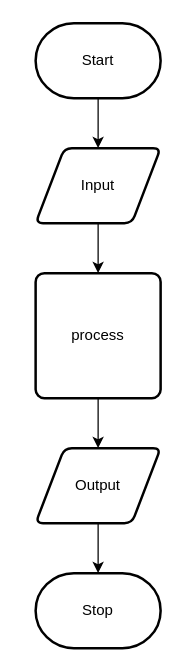
The draw.io diagram design/flow-chart.drawio in Timothy-Manwell/ICS2O-Unit3-04, before the edit. Source tidied: cells renumbered, new cells numbered last; positions are measured from the earlier drawing's top-left corner, leaving out a move shared by most shapes. Both pictures are drawn from the tidied source at 125%, with x=0, y=0 at pixel (35, 22).
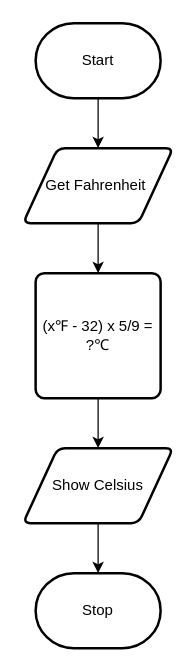
After the change.

The edit, as a diff of the source:
```diff
@@
 <mxGraphModel>
   <root>
     <mxCell id="0" />
     <mxCell id="1" parent="0" />
     <mxCell id="2" style="edgeStyle=none;html=1;" parent="1" edge="1" source="3" target="5">
       <mxGeometry relative="1" as="geometry" />
     </mxCell>
     <mxCell id="3" value="Start" style="strokeWidth=2;html=1;shape=mxgraph.flowchart.terminator;whiteSpace=wrap;" parent="1" vertex="1">
       <mxGeometry width="100" height="60" as="geometry" />
     </mxCell>
     <mxCell id="4" style="edgeStyle=none;html=1;" parent="1" edge="1" source="5" target="7">
       <mxGeometry relative="1" as="geometry" />
     </mxCell>
-    <mxCell id="5" value="Input" style="shape=parallelogram;html=1;strokeWidth=2;perimeter=parallelogramPerimeter;whiteSpace=wrap;rounded=1;arcSize=12;size=0.23;" parent="1" vertex="1">
-      <mxGeometry y="100" width="100" height="60" as="geometry" />
+    <mxCell id="5" value="Get Fahrenheit&amp;nbsp;" style="shape=parallelogram;html=1;strokeWidth=2;perimeter=parallelogramPerimeter;whiteSpace=wrap;rounded=1;arcSize=12;size=0.23;" parent="1" vertex="1">
+      <mxGeometry x="-10" y="100" width="120" height="60" as="geometry" />
     </mxCell>
     <mxCell id="6" style="edgeStyle=none;html=1;" parent="1" edge="1" source="7" target="9">
       <mxGeometry relative="1" as="geometry" />
     </mxCell>
-    <mxCell id="7" value="process" style="rounded=1;whiteSpace=wrap;html=1;absoluteArcSize=1;arcSize=14;strokeWidth=2;" parent="1" vertex="1">
+    <mxCell id="7" value="(x℉ - 32) x 5/9 = ?℃" style="rounded=1;whiteSpace=wrap;html=1;absoluteArcSize=1;arcSize=14;strokeWidth=2;" parent="1" vertex="1">
       <mxGeometry y="200" width="100" height="100" as="geometry" />
     </mxCell>
     <mxCell id="8" style="edgeStyle=none;html=1;" parent="1" edge="1" source="9" target="10">
       <mxGeometry relative="1" as="geometry" />
     </mxCell>
-    <mxCell id="9" value="Output" style="shape=parallelogram;html=1;strokeWidth=2;perimeter=parallelogramPerimeter;whiteSpace=wrap;rounded=1;arcSize=12;size=0.23;" parent="1" vertex="1">
-      <mxGeometry y="340" width="100" height="60" as="geometry" />
+    <mxCell id="9" value="Show Celsius" style="shape=parallelogram;html=1;strokeWidth=2;perimeter=parallelogramPerimeter;whiteSpace=wrap;rounded=1;arcSize=12;size=0.23;" parent="1" vertex="1">
+      <mxGeometry x="-10" y="340" width="120" height="60" as="geometry" />
     </mxCell>
     <mxCell id="10" value="Stop" style="strokeWidth=2;html=1;shape=mxgraph.flowchart.terminator;whiteSpace=wrap;" parent="1" vertex="1">
       <mxGeometry y="440" width="100" height="60" as="geometry" />
     </mxCell>
   </root>
 </mxGraphModel>
```
